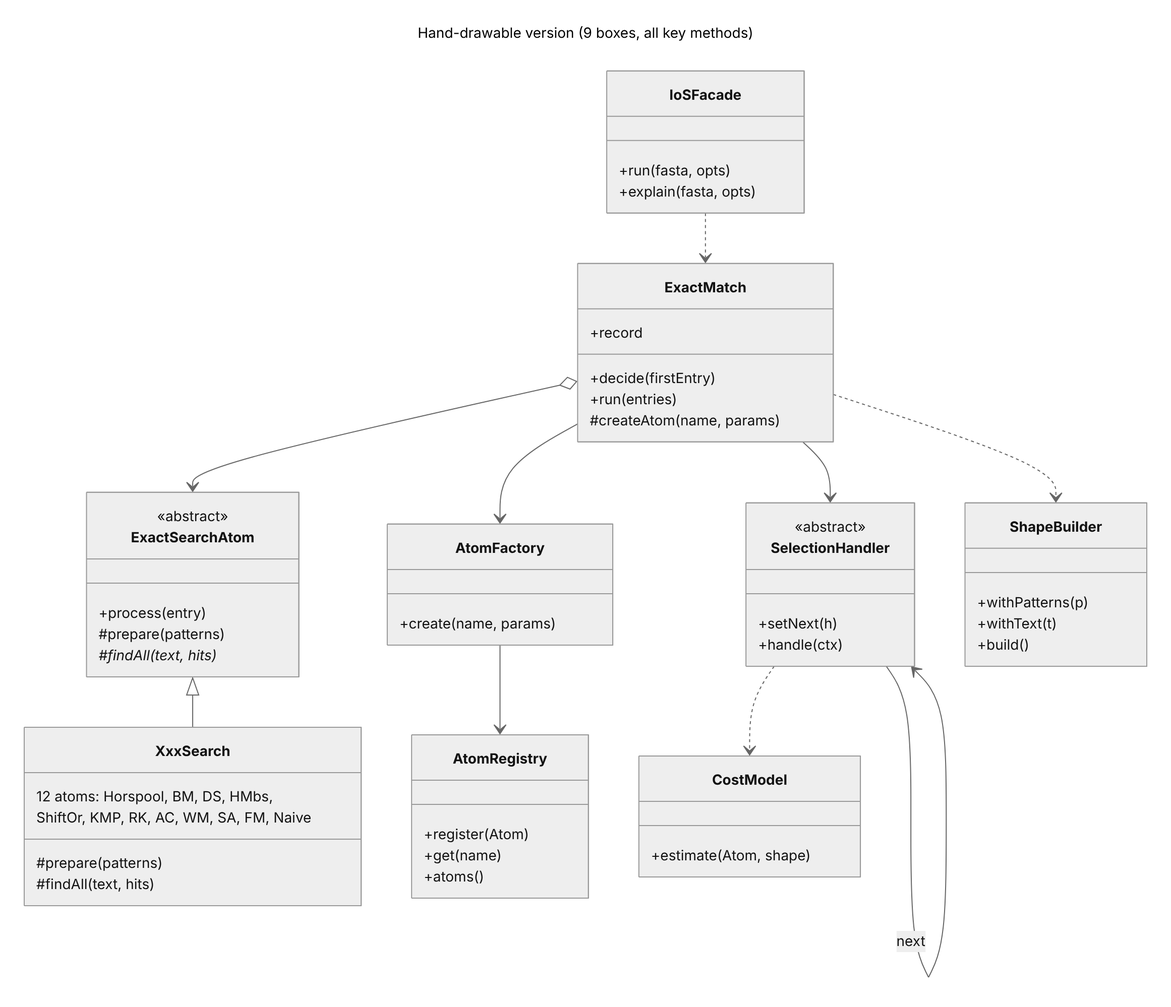
Above: docs/uml/06-hand-drawable.png in Qanoo-Taweel/ios-adaptive-exact-match (Mermaid), before the change. Its source is kept beside it as docs/uml/06-hand-drawable.mmd.
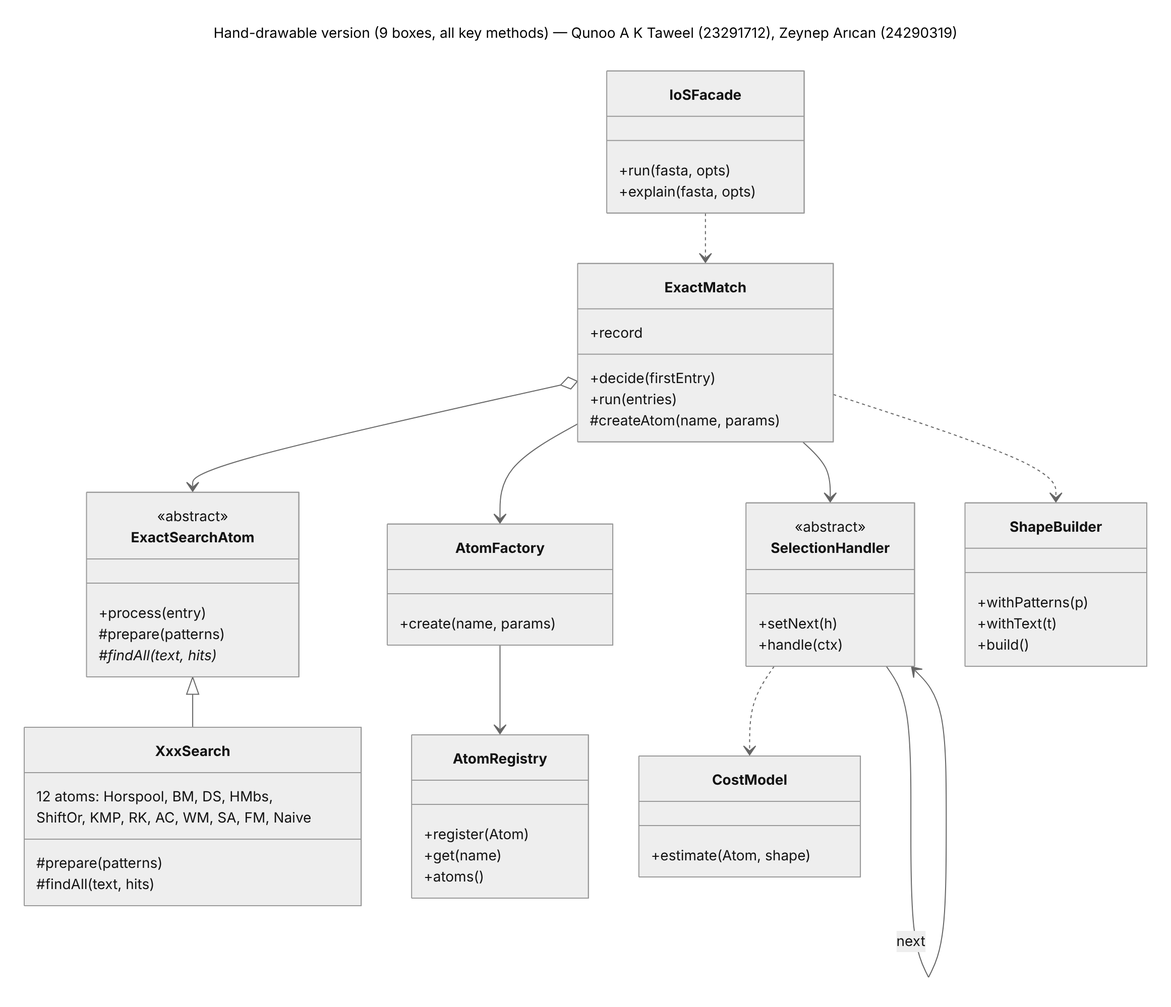
Above is the later version.

What changed in the source:
```diff
@@ -1,5 +1,5 @@
 ---
-title: Hand-drawable version (9 boxes, all key methods)
+title: Hand-drawable version (9 boxes, all key methods) — Qunoo A K Taweel (23291712), Zeynep Arıcan (24290319)
 ---
 classDiagram
   direction TB
```
